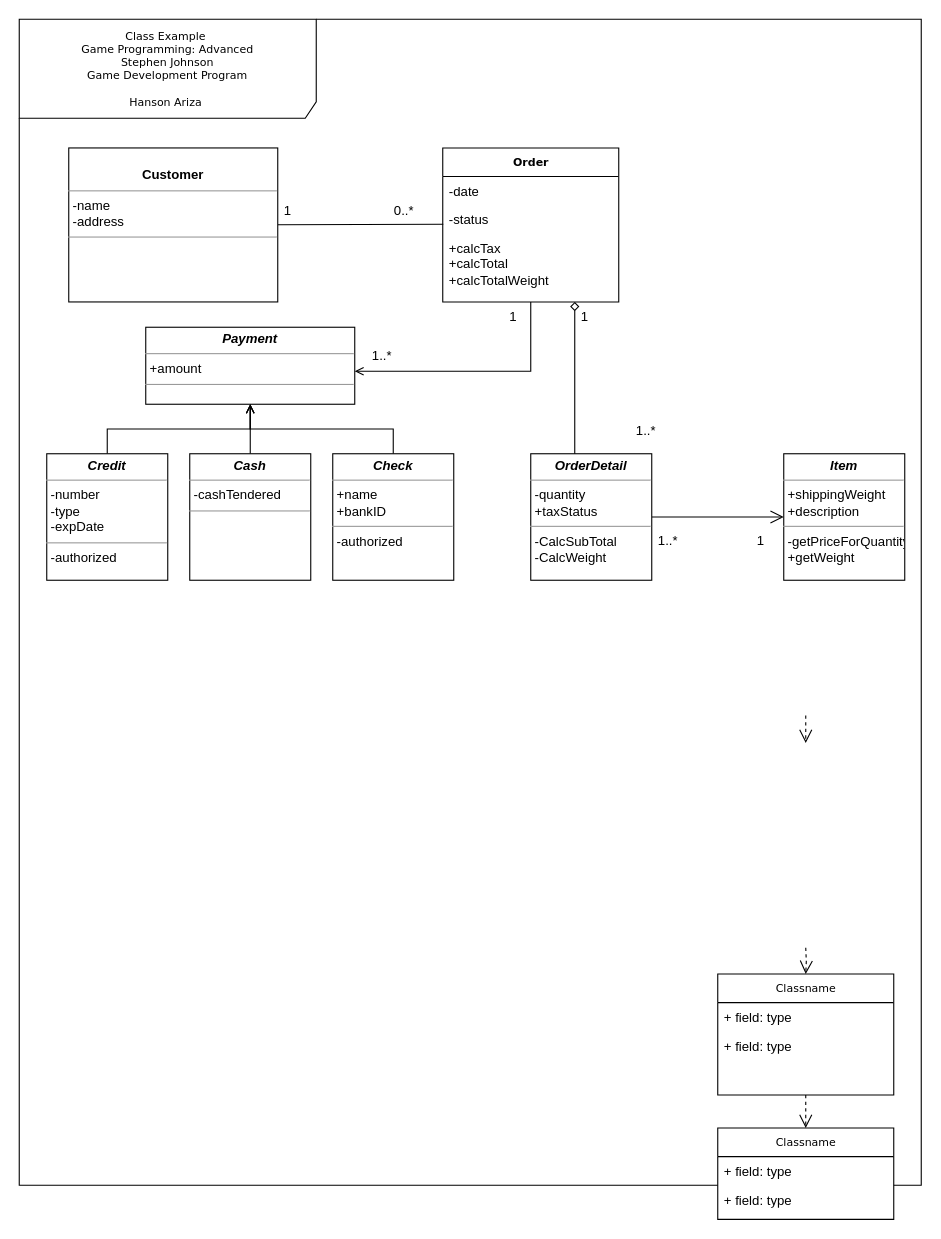
The draw.io diagram Untitled Diagram.drawio in HSAM-H/Network-Programming, before the edit. Source tidied: cells renumbered, new cells numbered last; positions are measured from the earlier drawing's top-left corner, leaving out a move shared by most shapes. Both pictures are drawn from the tidied source at 110%, with x=0, y=0 at pixel (19, 19).
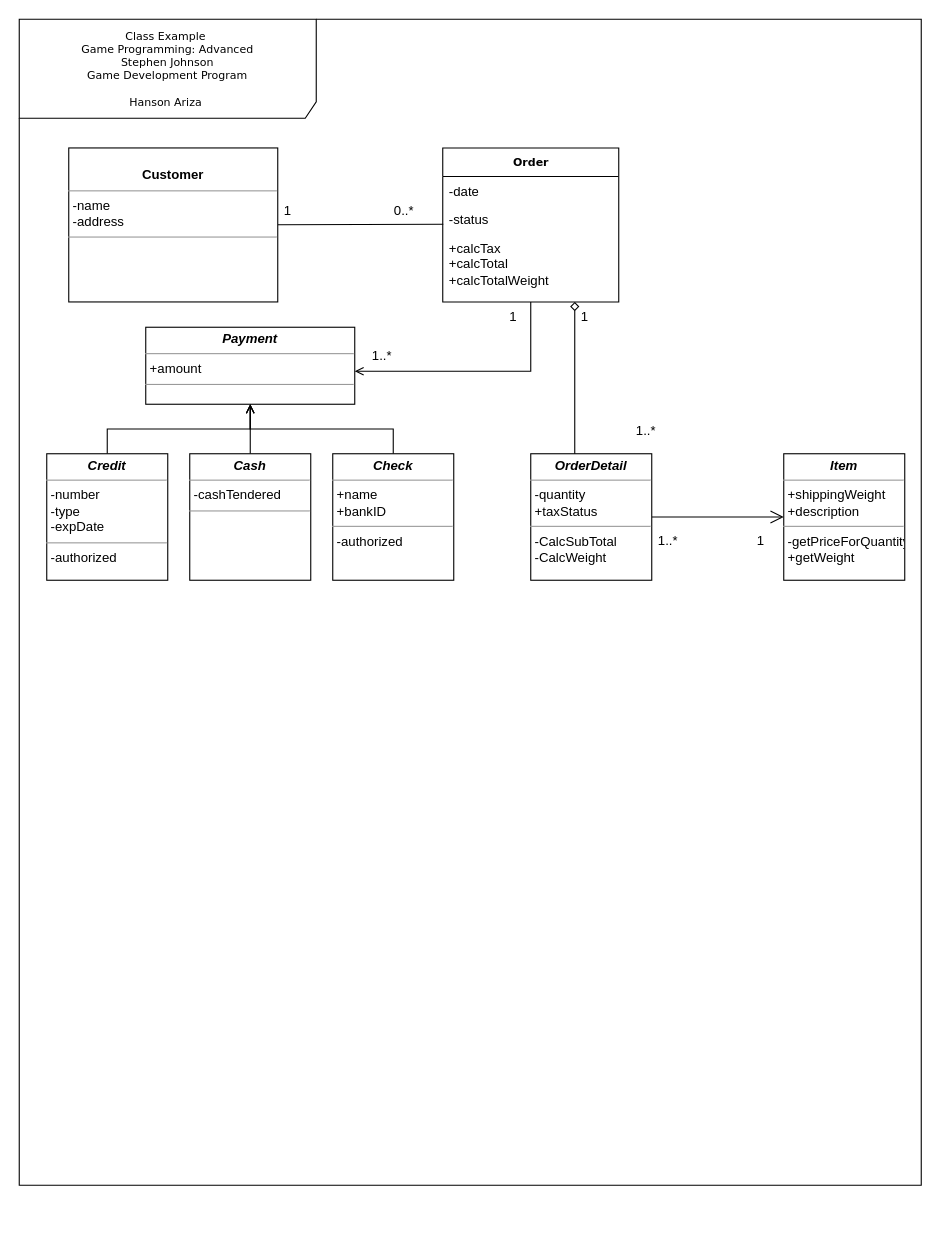
The same page after the edit.

Change to the diagram source:
```diff
@@
-    <mxCell id="3" style="edgeStyle=orthogonalEdgeStyle;rounded=0;html=1;dashed=1;labelBackgroundColor=none;startFill=0;endArrow=open;endFill=0;endSize=10;fontFamily=Verdana;fontSize=10;" parent="1" edge="1" target="14">
-      <mxGeometry relative="1" as="geometry">
-        <mxPoint x="715" y="844" as="sourcePoint" />
-      </mxGeometry>
-    </mxCell>
@@
-    <mxCell id="10" value="Classname" style="swimlane;html=1;fontStyle=0;horizontal=1;startSize=26;fillColor=none;swimlaneFillColor=#ffffff;rounded=0;shadow=0;comic=0;labelBackgroundColor=none;strokeWidth=1;fontFamily=Verdana;fontSize=10;align=center;" parent="1" vertex="1">
-      <mxGeometry x="635" y="1008" width="160" height="83" as="geometry" />
-    </mxCell>
-    <mxCell id="11" value="+ field: type" style="text;html=1;strokeColor=none;fillColor=none;align=left;verticalAlign=top;spacingLeft=4;spacingRight=4;whiteSpace=wrap;overflow=hidden;" parent="10" vertex="1">
-      <mxGeometry y="26" width="160" height="26" as="geometry" />
-    </mxCell>
-    <mxCell id="12" value="+ field: type" style="text;html=1;strokeColor=none;fillColor=none;align=left;verticalAlign=top;spacingLeft=4;spacingRight=4;whiteSpace=wrap;overflow=hidden;" parent="10" vertex="1">
-      <mxGeometry y="52" width="160" height="26" as="geometry" />
-    </mxCell>
-    <mxCell id="13" style="edgeStyle=orthogonalEdgeStyle;rounded=0;html=1;dashed=1;labelBackgroundColor=none;startFill=0;endArrow=open;endFill=0;endSize=10;fontFamily=Verdana;fontSize=10;" parent="1" edge="1" source="14" target="10">
-      <mxGeometry relative="1" as="geometry" />
-    </mxCell>
-    <mxCell id="14" value="Classname" style="swimlane;html=1;fontStyle=0;horizontal=1;startSize=26;fillColor=none;swimlaneFillColor=#ffffff;rounded=0;shadow=0;comic=0;labelBackgroundColor=none;strokeWidth=1;fontFamily=Verdana;fontSize=10;align=center;" parent="1" vertex="1">
-      <mxGeometry x="635" y="868" width="160" height="110" as="geometry" />
-    </mxCell>
-    <mxCell id="15" value="+ field: type" style="text;html=1;strokeColor=none;fillColor=none;align=left;verticalAlign=top;spacingLeft=4;spacingRight=4;whiteSpace=wrap;overflow=hidden;" parent="14" vertex="1">
-      <mxGeometry y="26" width="160" height="26" as="geometry" />
-    </mxCell>
-    <mxCell id="16" value="+ field: type" style="text;html=1;strokeColor=none;fillColor=none;align=left;verticalAlign=top;spacingLeft=4;spacingRight=4;whiteSpace=wrap;overflow=hidden;" parent="14" vertex="1">
-      <mxGeometry y="52" width="160" height="26" as="geometry" />
-    </mxCell>
-    <mxCell id="17" style="edgeStyle=orthogonalEdgeStyle;rounded=0;html=1;dashed=1;labelBackgroundColor=none;startFill=0;endArrow=open;endFill=0;endSize=10;fontFamily=Verdana;fontSize=10;" parent="1" edge="1">
-      <mxGeometry relative="1" as="geometry">
-        <mxPoint x="715" y="633" as="sourcePoint" />
-        <mxPoint x="715" y="658" as="targetPoint" />
-      </mxGeometry>
-    </mxCell>
```
